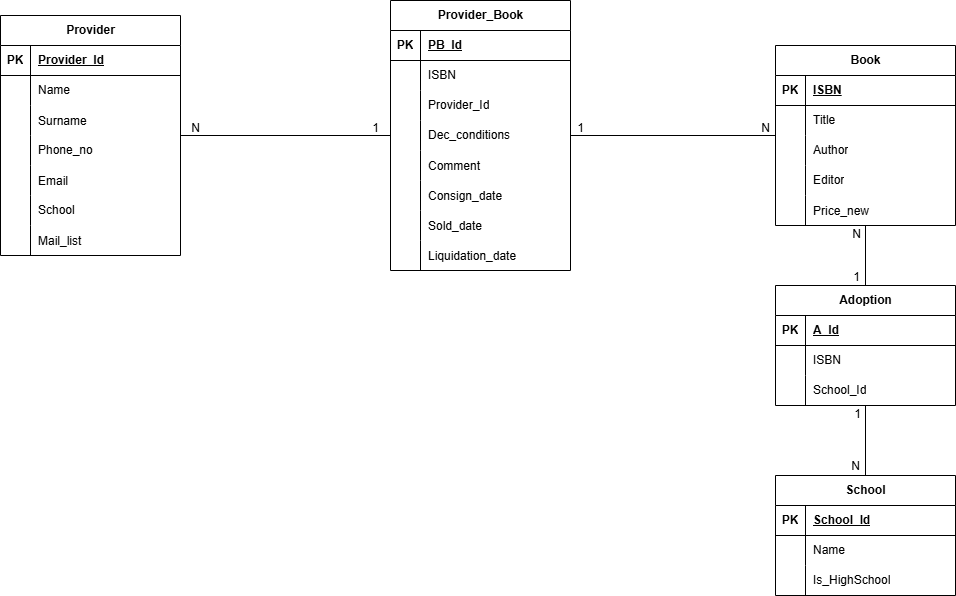
This is documentation/assets/er_diagram.png from pontig/lokalino_mlud, a draw.io export, as it was before one commit. Source tidied: cells renumbered, new cells last; positions are measured from the earlier drawing's top-left corner, leaving out a move shared by most shapes.
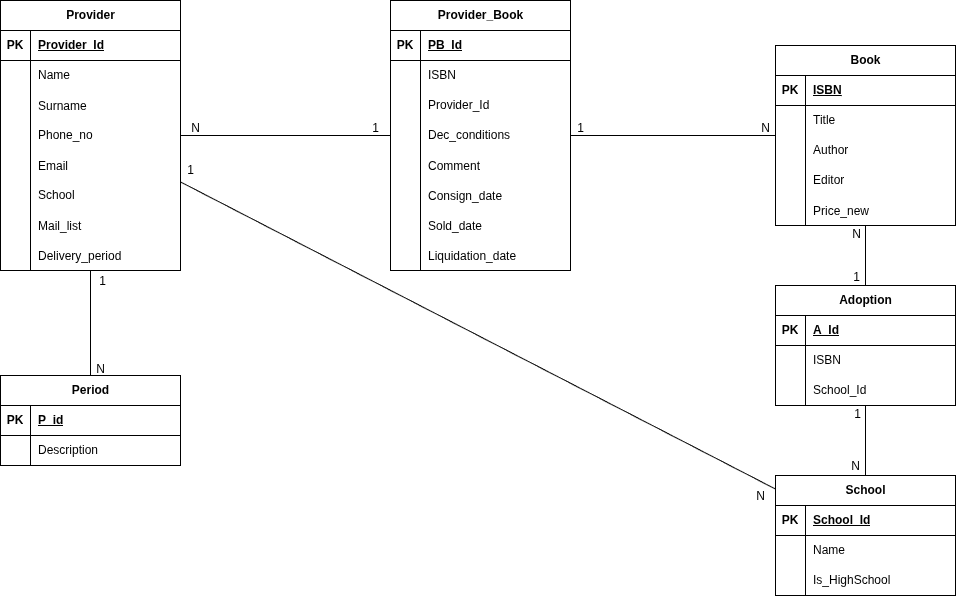
Later version of the same file.

Change to the diagram source:
```diff
@@ -2,8 +2,14 @@
   <root>
     <mxCell id="0" />
     <mxCell id="1" parent="0" />
+    <mxCell id="97" style="rounded=0;jettySize=auto;html=1;endArrow=none;startFill=0;" parent="1" edge="1" source="2" target="83">
+      <mxGeometry relative="1" as="geometry" />
+    </mxCell>
+    <mxCell id="98" style="edgeStyle=orthogonalEdgeStyle;rounded=0;jettySize=auto;html=1;endArrow=none;startFill=0;" parent="1" edge="1" source="2" target="104">
+      <mxGeometry relative="1" as="geometry" />
+    </mxCell>
     <mxCell id="2" value="Provider" style="shape=table;startSize=30;rowLines=0;fontStyle=1;align=center;html=1;" parent="1" vertex="1">
-      <mxGeometry y="15" width="180" height="240" as="geometry" />
+      <mxGeometry width="180" height="270" as="geometry" />
     </mxCell>
     <mxCell id="3" style="shape=tableRow;horizontal=0;startSize=0;swimlaneHead=0;swimlaneBody=0;fillColor=none;top=0;left=0;right=0;bottom=1;" parent="2" vertex="1">
       <mxGeometry y="30" width="180" height="30" as="geometry" />
@@ -68,6 +74,15 @@
     <mxCell id="23" value="Mail_list" style="shape=partialRectangle;fillColor=none;top=0;left=0;bottom=0;right=0;align=left;spacingLeft=6;overflow=hidden;" parent="21" vertex="1">
       <mxGeometry x="30" width="150" height="30" as="geometry" />
     </mxCell>
+    <mxCell id="99" style="shape=tableRow;horizontal=0;startSize=0;swimlaneHead=0;swimlaneBody=0;fillColor=none;top=0;left=0;right=0;bottom=0;" parent="2" vertex="1">
+      <mxGeometry y="240" width="180" height="30" as="geometry" />
+    </mxCell>
+    <mxCell id="100" style="shape=partialRectangle;fillColor=none;top=0;left=0;bottom=0;right=0;overflow=hidden;" parent="99" vertex="1">
+      <mxGeometry width="30" height="30" as="geometry" />
+    </mxCell>
+    <mxCell id="101" value="Delivery_period" style="shape=partialRectangle;fillColor=none;top=0;left=0;bottom=0;right=0;align=left;spacingLeft=6;overflow=hidden;" parent="99" vertex="1">
+      <mxGeometry x="30" width="150" height="30" as="geometry" />
+    </mxCell>
     <mxCell id="24" style="edgeStyle=orthogonalEdgeStyle;rounded=0;jettySize=auto;html=1;endArrow=none;startFill=0;" parent="1" edge="1" source="25" target="73">
       <mxGeometry relative="1" as="geometry" />
     </mxCell>
@@ -287,5 +302,38 @@
     <mxCell id="96" value="N" style="text;html=1;align=center;verticalAlign=middle;strokeColor=none;fillColor=none;" parent="1" vertex="1">
       <mxGeometry x="840" y="451" width="30" height="30" as="geometry" />
     </mxCell>
+    <mxCell id="102" value="1" style="text;html=1;align=center;verticalAlign=middle;strokeColor=none;fillColor=none;" parent="1" vertex="1">
+      <mxGeometry x="175" y="155" width="30" height="30" as="geometry" />
+    </mxCell>
+    <mxCell id="103" value="N" style="text;html=1;align=center;verticalAlign=middle;strokeColor=none;fillColor=none;" parent="1" vertex="1">
+      <mxGeometry x="745" y="481" width="30" height="30" as="geometry" />
+    </mxCell>
+    <mxCell id="104" value="Period" style="shape=table;startSize=30;rowLines=0;fontStyle=1;align=center;html=1;" parent="1" vertex="1">
+      <mxGeometry y="375" width="180" height="90" as="geometry" />
+    </mxCell>
+    <mxCell id="105" style="shape=tableRow;horizontal=0;startSize=0;swimlaneHead=0;swimlaneBody=0;fillColor=none;top=0;left=0;right=0;bottom=1;" parent="104" vertex="1">
+      <mxGeometry y="30" width="180" height="30" as="geometry" />
+    </mxCell>
+    <mxCell id="106" value="PK" style="shape=partialRectangle;fillColor=none;top=0;left=0;bottom=0;right=0;fontStyle=1;overflow=hidden;whiteSpace=wrap;html=1;" parent="105" vertex="1">
+      <mxGeometry width="30" height="30" as="geometry" />
+    </mxCell>
+    <mxCell id="107" value="P_id" style="shape=partialRectangle;fillColor=none;top=0;left=0;bottom=0;right=0;align=left;spacingLeft=6;fontStyle=5;overflow=hidden;whiteSpace=wrap;html=1;" parent="105" vertex="1">
+      <mxGeometry x="30" width="150" height="30" as="geometry" />
+    </mxCell>
+    <mxCell id="108" style="shape=tableRow;horizontal=0;startSize=0;swimlaneHead=0;swimlaneBody=0;fillColor=none;top=0;left=0;right=0;bottom=0;" parent="104" vertex="1">
+      <mxGeometry y="60" width="180" height="30" as="geometry" />
+    </mxCell>
+    <mxCell id="109" style="shape=partialRectangle;fillColor=none;top=0;left=0;bottom=0;right=0;overflow=hidden;whiteSpace=wrap;html=1;" parent="108" vertex="1">
+      <mxGeometry width="30" height="30" as="geometry" />
+    </mxCell>
+    <mxCell id="110" value="Description" style="shape=partialRectangle;fillColor=none;top=0;left=0;bottom=0;right=0;align=left;spacingLeft=6;overflow=hidden;whiteSpace=wrap;html=1;" parent="108" vertex="1">
+      <mxGeometry x="30" width="150" height="30" as="geometry" />
+    </mxCell>
+    <mxCell id="111" value="1" style="text;html=1;align=center;verticalAlign=middle;strokeColor=none;fillColor=none;" parent="1" vertex="1">
+      <mxGeometry x="87" y="266" width="30" height="30" as="geometry" />
+    </mxCell>
+    <mxCell id="112" value="N" style="text;html=1;align=center;verticalAlign=middle;strokeColor=none;fillColor=none;" parent="1" vertex="1">
+      <mxGeometry x="85" y="354" width="30" height="30" as="geometry" />
+    </mxCell>
   </root>
 </mxGraphModel>
```
